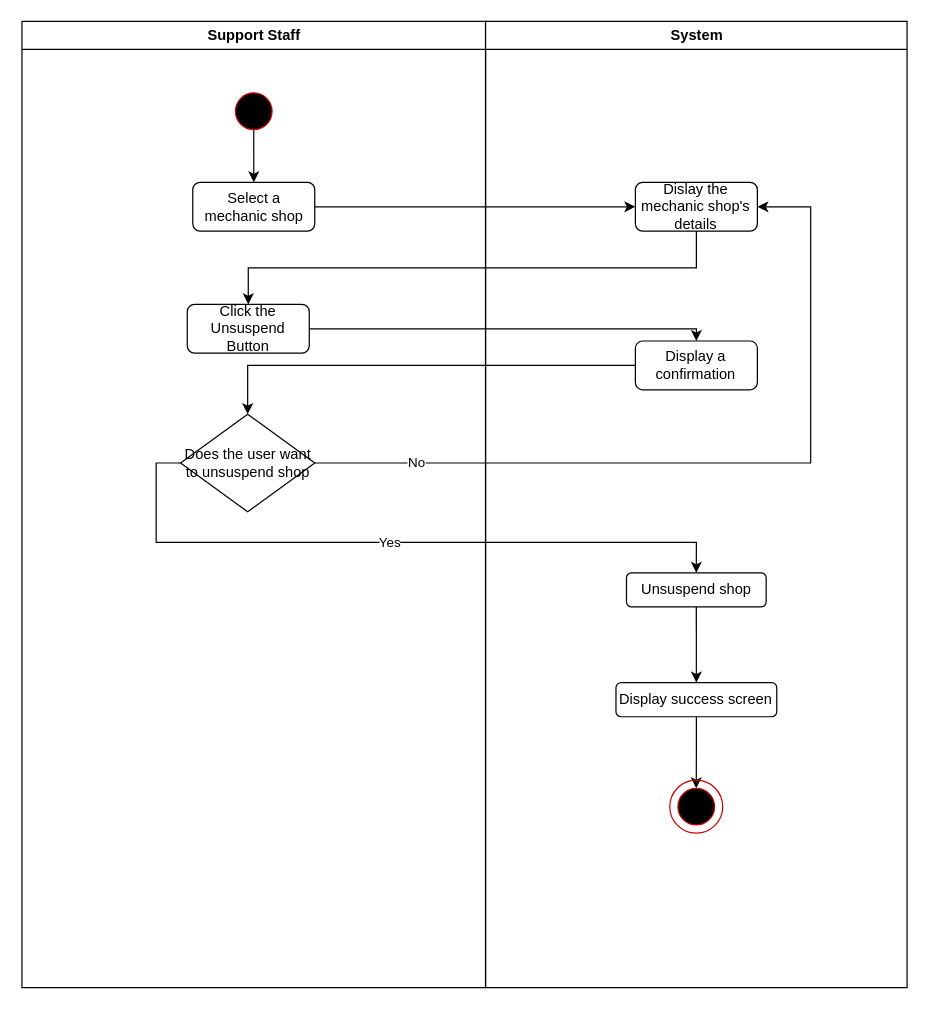
Earlier version of the draw.io diagram Activity_Diagrams/Support/UnsuspendMechanicShop.drawio (Awrmani/AutoQuotes). Source tidied: cells renumbered, new cells numbered last; positions are measured from the earlier drawing's top-left corner, leaving out a move shared by most shapes. Both pictures are drawn from the tidied source at 122%, with x=0, y=0 at pixel (21, 21).
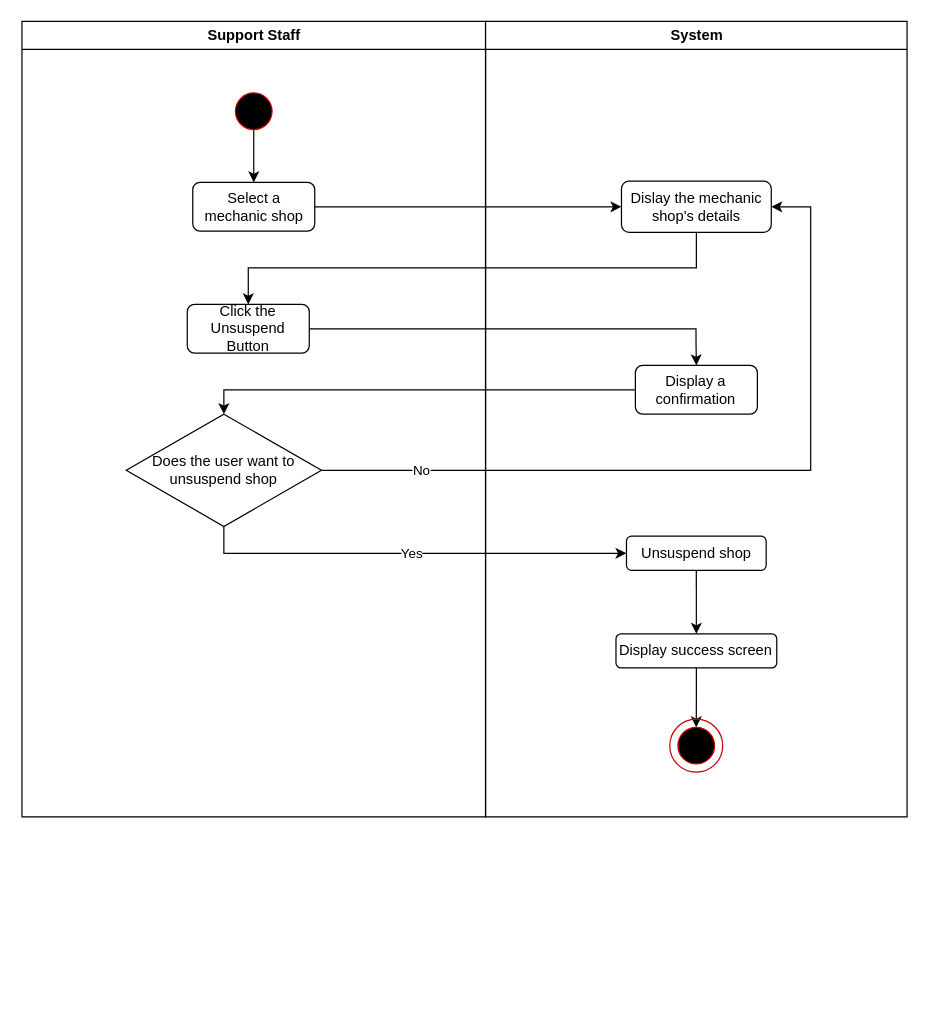
The same page after the edit.

Diff of the diagram source:
```diff
@@
     <mxCell id="2" value="Support Staff" style="swimlane;whiteSpace=wrap;" parent="1" vertex="1">
-      <mxGeometry x="0.5" width="380" height="792" as="geometry" />
+      <mxGeometry x="0.5" width="380" height="652" as="geometry" />
     </mxCell>
@@
     <mxCell id="8" value="Does the user want to unsuspend shop" style="rhombus;whiteSpace=wrap;html=1;" parent="2" vertex="1">
-      <mxGeometry x="130" y="322" width="110" height="80" as="geometry" />
+      <mxGeometry x="85.5" y="322" width="160" height="92" as="geometry" />
     </mxCell>
     <mxCell id="9" value="System" style="swimlane;whiteSpace=wrap;" parent="1" vertex="1">
-      <mxGeometry x="380.5" width="345.5" height="792" as="geometry" />
+      <mxGeometry x="380.5" width="345.5" height="652" as="geometry" />
     </mxCell>
     <mxCell id="10" value="Dislay the mechanic shop's details" style="rounded=1;whiteSpace=wrap;html=1;" parent="9" vertex="1">
-      <mxGeometry x="122.8" y="132" width="100" height="40" as="geometry" />
+      <mxGeometry x="111.4" y="131" width="122.8" height="42" as="geometry" />
     </mxCell>
@@
     <mxCell id="12" value="Display success screen" style="rounded=1;whiteSpace=wrap;html=1;" parent="9" vertex="1">
-      <mxGeometry x="106.9" y="542" width="131.8" height="28" as="geometry" />
+      <mxGeometry x="106.9" y="502" width="131.8" height="28" as="geometry" />
     </mxCell>
     <mxCell id="13" value="Display a confirmation" style="rounded=1;whiteSpace=wrap;html=1;" parent="9" vertex="1">
-      <mxGeometry x="122.8" y="262" width="100" height="40" as="geometry" />
+      <mxGeometry x="122.8" y="282" width="100" height="40" as="geometry" />
     </mxCell>
@@
     <mxCell id="15" value="Unsuspend shop" style="rounded=1;whiteSpace=wrap;html=1;" parent="9" vertex="1">
-      <mxGeometry x="115.5" y="452" width="114.5" height="28" as="geometry" />
+      <mxGeometry x="115.5" y="422" width="114.5" height="28" as="geometry" />
     </mxCell>
     <mxCell id="16" style="group;" parent="9" vertex="1">
-      <mxGeometry x="151" y="622" width="43.4" height="43.4" as="geometry" />
+      <mxGeometry x="151" y="572" width="43.4" height="43.4" as="geometry" />
     </mxCell>
@@
-    <mxCell id="22" style="edgeStyle=orthogonalEdgeStyle;rounded=0;jettySize=auto;html=1;" parent="1" edge="1" source="13" target="8">
+    <mxCell id="22" style="edgeStyle=orthogonalEdgeStyle;rounded=0;jettySize=auto;html=1;entryX=0.5;entryY=0;entryDx=0;entryDy=0;" parent="1" edge="1" source="13" target="8">
       <mxGeometry relative="1" as="geometry" />
     </mxCell>
-    <mxCell id="23" value="Yes" style="edgeStyle=orthogonalEdgeStyle;rounded=0;jettySize=auto;html=1;exitX=0;exitY=0.5;exitDx=0;exitDy=0;entryX=0.5;entryY=0;entryDx=0;entryDy=0;" parent="1" edge="1" source="8" target="15">
+    <mxCell id="23" value="Yes" style="edgeStyle=orthogonalEdgeStyle;rounded=0;jettySize=auto;html=1;exitX=0.5;exitY=1;exitDx=0;exitDy=0;entryX=0;entryY=0.5;entryDx=0;entryDy=0;" parent="1" edge="1" source="8" target="15">
       <mxGeometry relative="1" as="geometry" />
     </mxCell>
     <mxCell id="24" style="edgeStyle=orthogonalEdgeStyle;rounded=0;jettySize=auto;html=1;entryX=1;entryY=0.5;entryDx=0;entryDy=0;exitX=1;exitY=0.5;exitDx=0;exitDy=0;" parent="1" edge="1" source="8" target="10">
       <mxGeometry relative="1" as="geometry">
         <Array as="points">
-          <mxPoint x="647" y="362" />
+          <mxPoint x="647" y="368" />
           <mxPoint x="647" y="152" />
         </Array>
       </mxGeometry>
     </mxCell>
```
